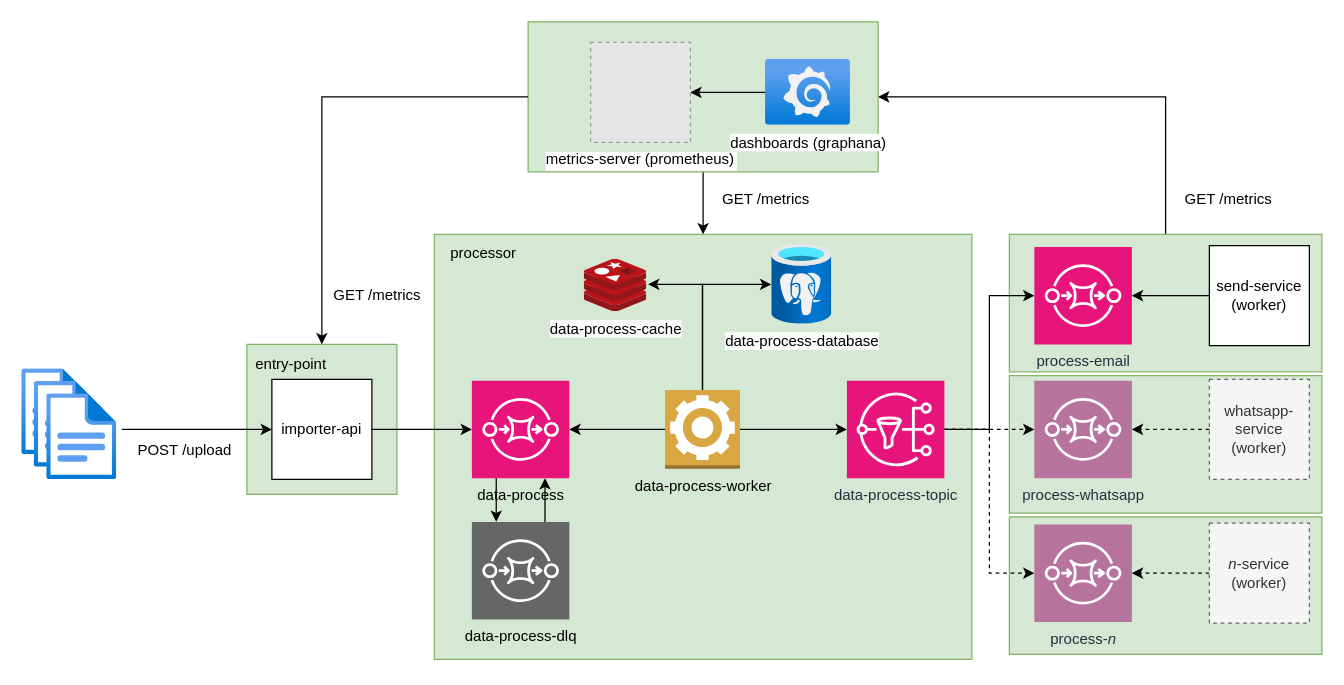
Above: docs/application-diagram.drawio in br-monteiro/kanastra-swe-challenge (draw.io), before the change. Source tidied: cells renumbered, new cells numbered last; positions are measured from the earlier drawing's top-left corner, leaving out a move shared by most shapes. Both pictures are drawn from the tidied source at 125%, with x=0, y=0 at pixel (21, 21). Pictures stored in the file or linked from it are replaced by grey dashed boxes.
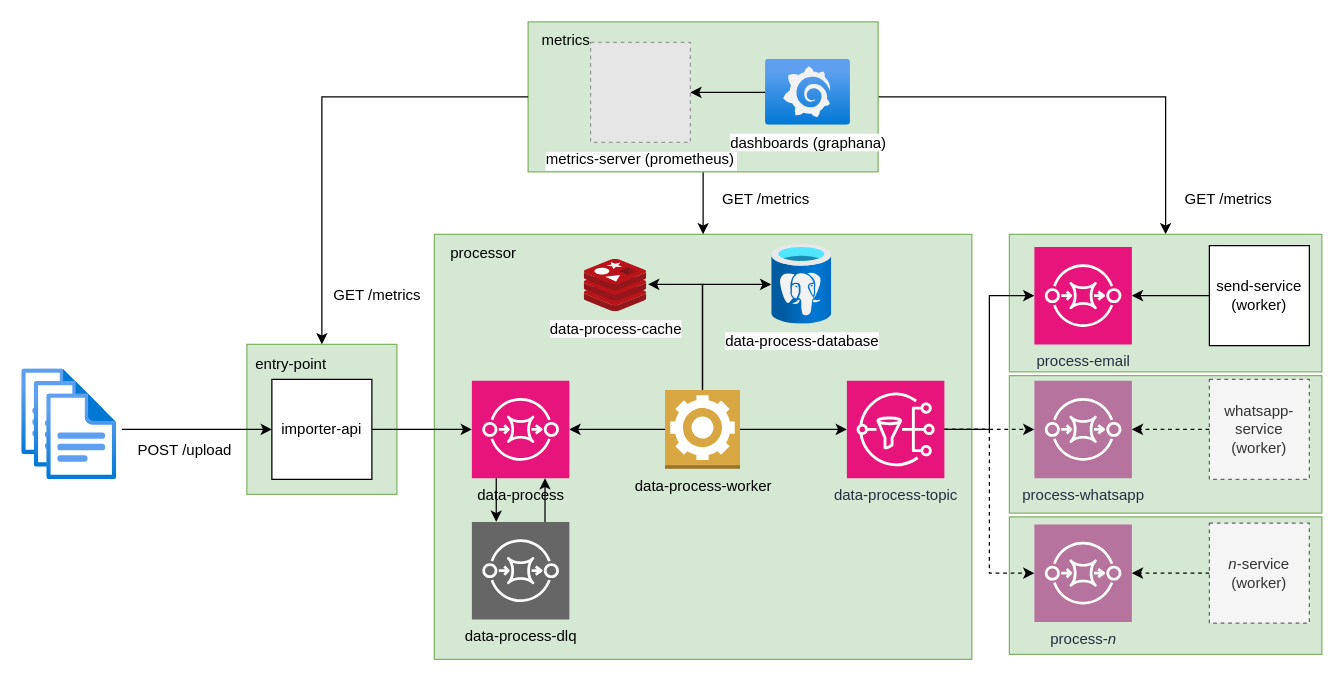
The same diagram, later.

Commit message (it also covers changes not shown here):
feat: add custom metrics exporter (#3)

Unchanged cells that the change refers to:
```xml
<mxCell id="5" style="rounded=0;whiteSpace=wrap;html=1;fillColor=#d5e8d4;strokeColor=#82b366;" parent="1" vertex="1">
  <mxGeometry x="790" y="170" width="250" height="110" as="geometry" />
</mxCell>
<mxCell id="46" style="group;" parent="1" vertex="1">
  <mxGeometry x="405" width="280" height="120" as="geometry" />
</mxCell>
<mxCell id="47" style="rounded=0;whiteSpace=wrap;html=1;fillColor=#d5e8d4;strokeColor=#82b366;" parent="46" vertex="1">
  <mxGeometry width="280" height="120" as="geometry" />
</mxCell>
```

The edit, as a diff of the source:
```diff
@@
-    <mxCell id="4" style="edgeStyle=orthogonalEdgeStyle;rounded=0;jettySize=auto;html=1;entryX=1;entryY=0.5;entryDx=0;entryDy=0;exitX=0.5;exitY=0;exitDx=0;exitDy=0;" parent="1" edge="1" source="5" target="47">
+    <mxCell id="4" style="edgeStyle=orthogonalEdgeStyle;rounded=0;jettySize=auto;html=1;entryX=1;entryY=0.5;entryDx=0;entryDy=0;exitX=0.5;exitY=0;exitDx=0;exitDy=0;startArrow=classic;startFill=1;endArrow=none;endFill=0;" parent="1" edge="1" source="5" target="47">
       <mxGeometry relative="1" as="geometry" />
     </mxCell>
@@
+    <mxCell id="53" value="metrics" style="text;html=1;align=center;verticalAlign=middle;strokeColor=none;fillColor=none;" parent="46" vertex="1">
+      <mxGeometry width="60" height="30" as="geometry" />
+    </mxCell>
```
